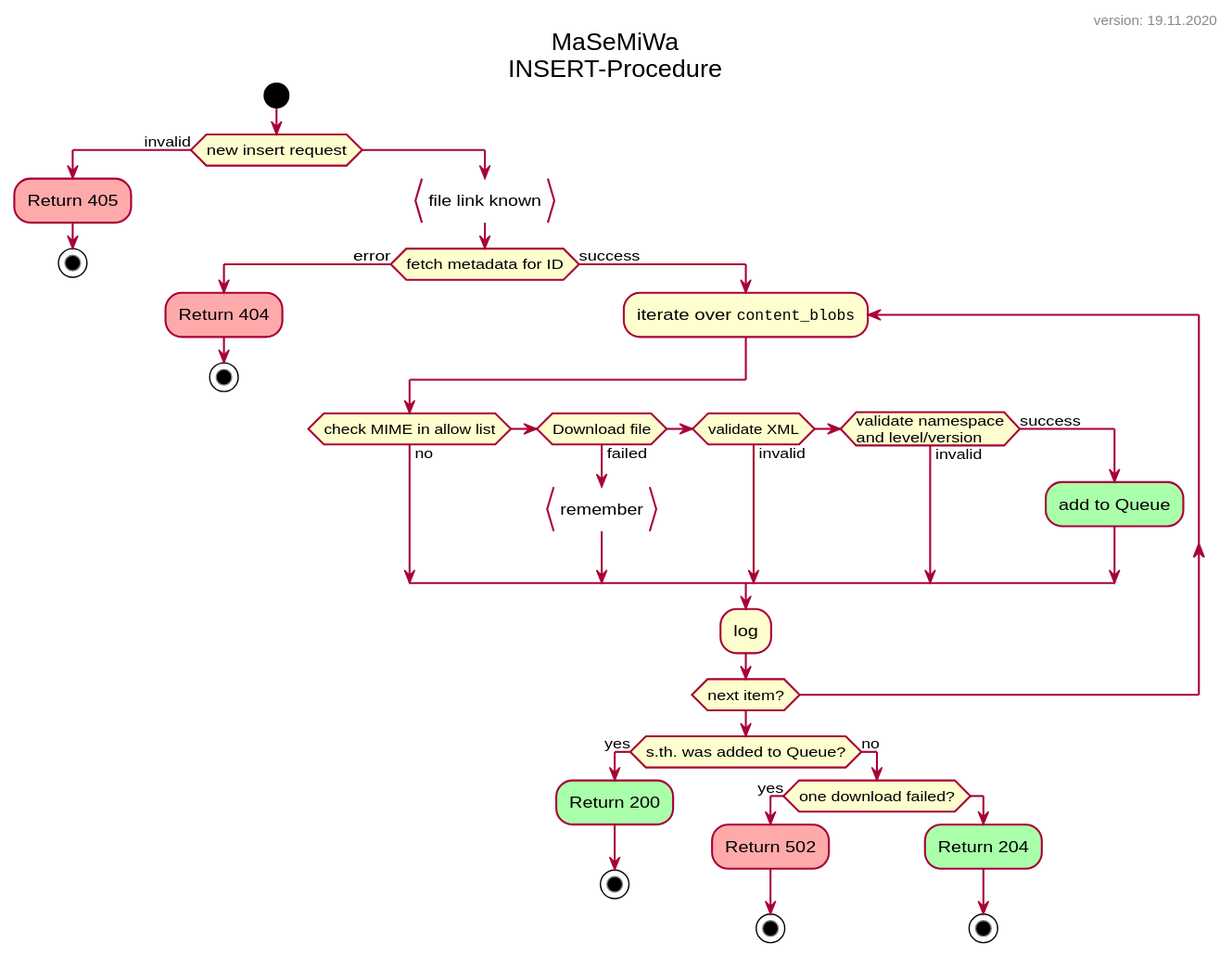
Before: dev/uml/activity_insert.svg, a diagram exported from PlantUML (MaSyMoS/masymos-seek-middleware).
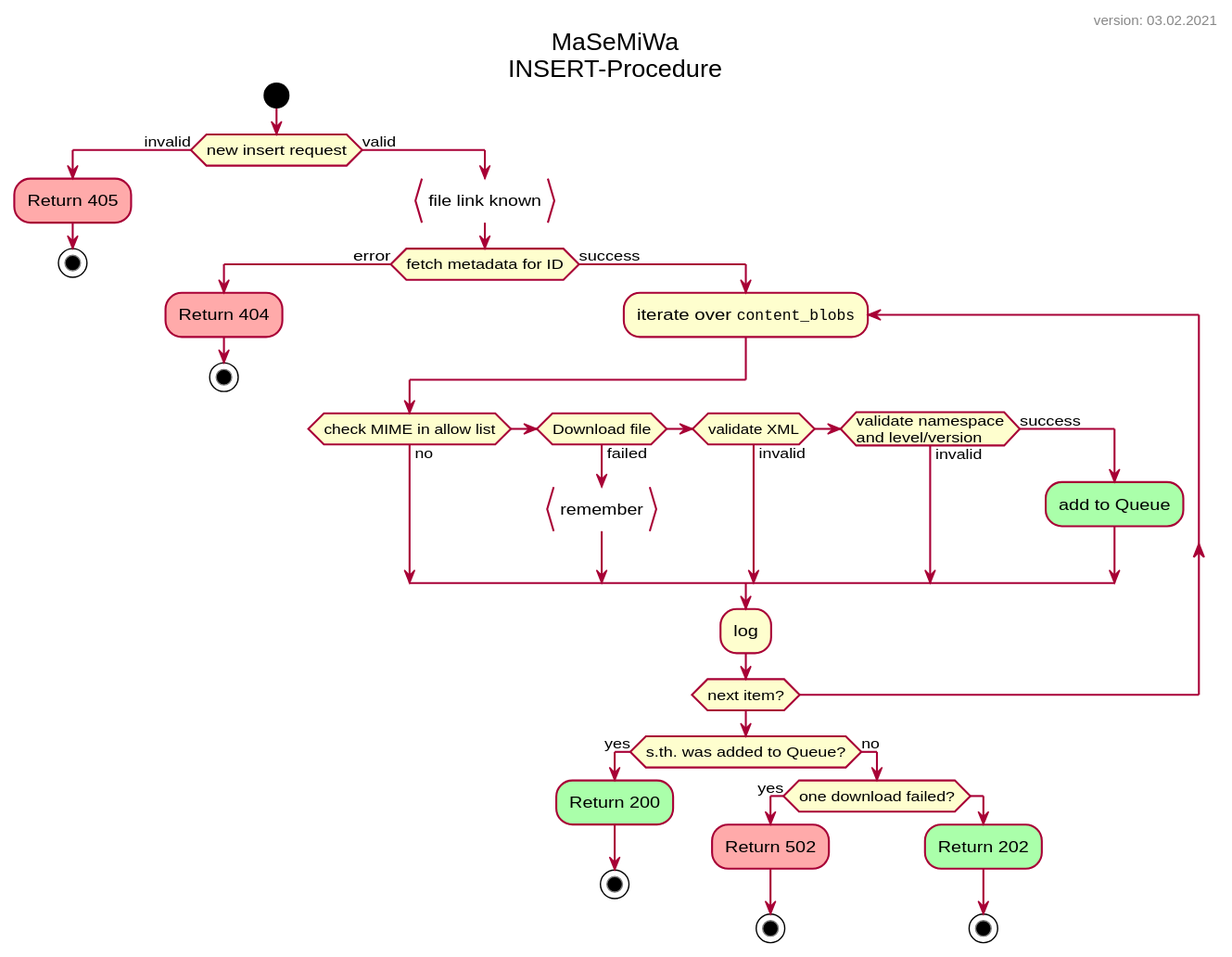
After the commit.

Commit message:
changed error code 204→202 to return the info message; version→1.0.1

Change to the diagram source:
```diff
@@ -22,7 +22,7 @@
 
 if (new insert request) then (invalid)
     stoperror(Return 405)
-else
+else (valid)
 
     info(file link known)
 
@@ -54,7 +54,7 @@
             if (one download failed?) then (yes)
                 stoperror(Return 502)
             else
-                stopsuccess(Return 204)
+                stopsuccess(Return 202)
             endif
 
     endif
```
